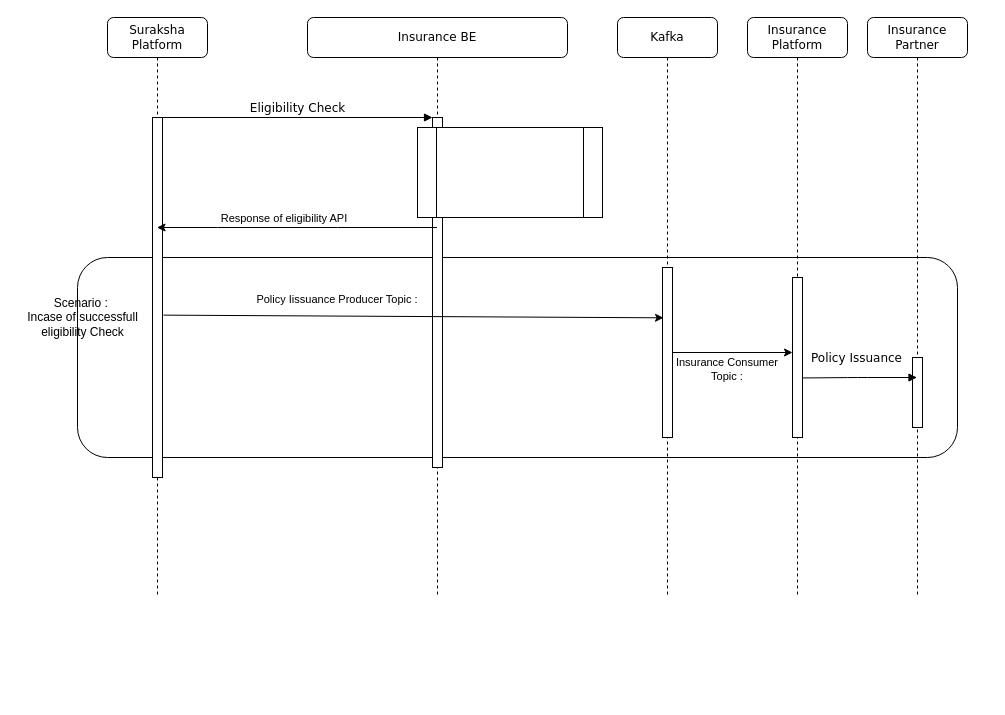
This is Interview/Untitled Diagram.drawio from ashwiniadlakha/draw_io, a draw.io file, before an edit. Source tidied: cells renumbered, new cells numbered last; positions are measured from the earlier drawing's top-left corner, leaving out a move shared by most shapes. Both pictures are drawn from the tidied source at 100%, with x=0, y=0 at pixel (17, 17).
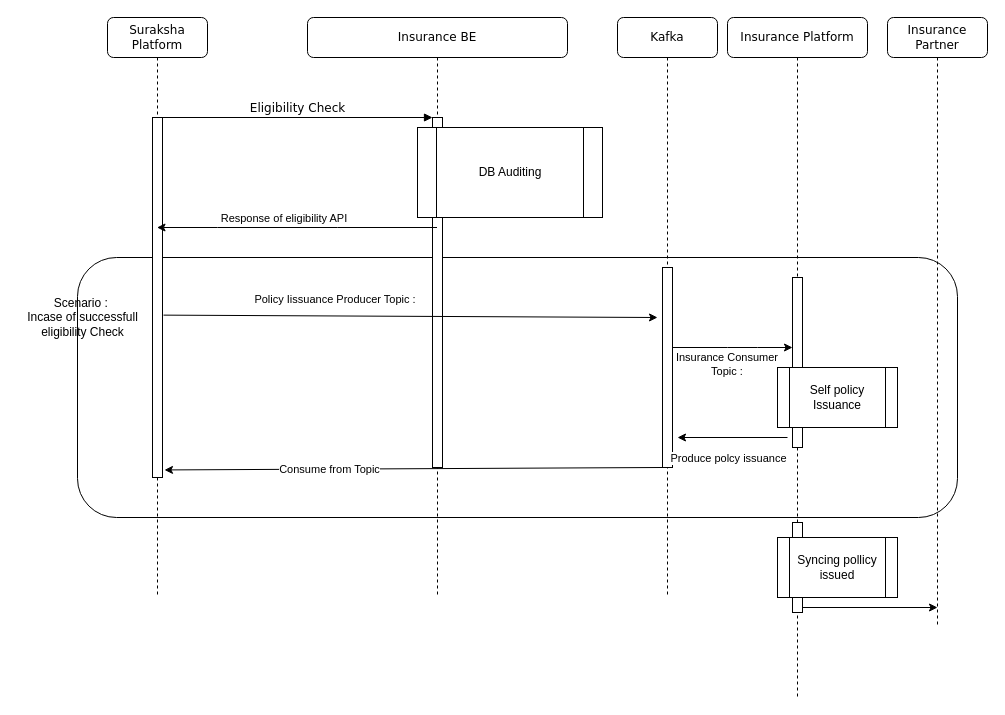
Above is the later version.

The change refers to these unchanged cells:
```xml
<mxCell id="3" value="Insurance BE" style="shape=umlLifeline;perimeter=lifelinePerimeter;whiteSpace=wrap;html=1;outlineConnect=0;rounded=1;shadow=0;comic=0;labelBackgroundColor=none;strokeWidth=1;fontFamily=Verdana;fontSize=12;align=center;" parent="1" vertex="1">
  <mxGeometry x="290" width="260" height="580" as="geometry" />
</mxCell>
<mxCell id="6" value="Kafka" style="shape=umlLifeline;perimeter=lifelinePerimeter;whiteSpace=wrap;html=1;rounded=1;shadow=0;comic=0;labelBackgroundColor=none;strokeWidth=1;fontFamily=Verdana;fontSize=12;align=center;" parent="1" vertex="1">
  <mxGeometry x="600" width="100" height="580" as="geometry" />
</mxCell>
<mxCell id="11" style="html=1;points=[];perimeter=orthogonalPerimeter;rounded=0;shadow=0;comic=0;labelBackgroundColor=none;strokeWidth=1;fontFamily=Verdana;fontSize=12;align=center;" parent="10" vertex="1">
  <mxGeometry x="45" y="100" width="10" height="360" as="geometry" />
</mxCell>
```

What changed in the source:
```diff
@@
     <mxCell id="2" style="rounded=1;whiteSpace=wrap;html=1;" parent="1" vertex="1">
-      <mxGeometry x="60" y="240" width="880" height="200" as="geometry" />
+      <mxGeometry x="60" y="240" width="880" height="260" as="geometry" />
     </mxCell>
@@
-    <mxCell id="5" style="shape=process;whiteSpace=wrap;html=1;backgroundOutline=1;" parent="3" vertex="1">
+    <mxCell id="5" value="DB Auditing" style="shape=process;whiteSpace=wrap;html=1;backgroundOutline=1;" parent="3" vertex="1">
       <mxGeometry x="110" y="110" width="185" height="90" as="geometry" />
     </mxCell>
@@
     <mxCell id="7" style="html=1;points=[];perimeter=orthogonalPerimeter;rounded=0;shadow=0;comic=0;labelBackgroundColor=none;strokeWidth=1;fontFamily=Verdana;fontSize=12;align=center;" parent="6" vertex="1">
-      <mxGeometry x="45" y="250" width="10" height="170" as="geometry" />
+      <mxGeometry x="45" y="250" width="10" height="200" as="geometry" />
     </mxCell>
     <mxCell id="8" value="Insurance Partner" style="shape=umlLifeline;perimeter=lifelinePerimeter;whiteSpace=wrap;html=1;outlineConnect=0;rounded=1;shadow=0;comic=0;labelBackgroundColor=none;strokeWidth=1;fontFamily=Verdana;fontSize=12;align=center;" parent="1" vertex="1">
-      <mxGeometry x="850" width="100" height="580" as="geometry" />
+      <mxGeometry x="870" width="100" height="610" as="geometry" />
     </mxCell>
-    <mxCell id="9" style="html=1;perimeter=orthogonalPerimeter;rounded=0;shadow=0;comic=0;labelBackgroundColor=none;strokeWidth=1;fontFamily=Verdana;fontSize=12;align=center;" parent="8" vertex="1">
-      <mxGeometry x="45" y="340" width="10" height="70" as="geometry" />
-    </mxCell>
@@
-    <mxCell id="12" value="Policy Issuance" style="html=1;verticalAlign=bottom;endArrow=block;labelBackgroundColor=none;fontFamily=Verdana;fontSize=12;exitX=0.9;exitY=0.628;exitDx=0;exitDy=0;exitPerimeter=0;" parent="1" edge="1" source="22" target="8">
-      <mxGeometry x="-0.04" y="10" relative="1" as="geometry">
-        <Array as="points">
-          <mxPoint x="840" y="360" />
-        </Array>
-      </mxGeometry>
-    </mxCell>
@@
-    <mxCell id="17" style="endArrow=classic;html=1;rounded=0;exitX=1.1;exitY=0.549;exitDx=0;exitDy=0;exitPerimeter=0;entryX=0.1;entryY=0.296;entryDx=0;entryDy=0;entryPerimeter=0;" parent="1" edge="1" source="11" target="7">
-      <mxGeometry relative="1" as="geometry" />
+    <mxCell id="17" style="endArrow=classic;html=1;rounded=0;exitX=1.1;exitY=0.549;exitDx=0;exitDy=0;exitPerimeter=0;" parent="1" edge="1" source="11">
+      <mxGeometry relative="1" as="geometry">
+        <mxPoint x="640" y="300" as="targetPoint" />
+      </mxGeometry>
     </mxCell>
@@
     <mxCell id="19" style="endArrow=classic;html=1;rounded=0;" parent="1" edge="1" source="7" target="22">
-      <mxGeometry relative="1" as="geometry" />
+      <mxGeometry relative="1" as="geometry">
+        <Array as="points">
+          <mxPoint x="710" y="330" />
+          <mxPoint x="740" y="330" />
+        </Array>
+      </mxGeometry>
     </mxCell>
@@
     <mxCell id="21" value="Insurance Platform" style="shape=umlLifeline;perimeter=lifelinePerimeter;whiteSpace=wrap;html=1;rounded=1;shadow=0;comic=0;labelBackgroundColor=none;strokeWidth=1;fontFamily=Verdana;fontSize=12;align=center;" parent="1" vertex="1">
-      <mxGeometry x="730" width="100" height="580" as="geometry" />
+      <mxGeometry x="710" width="140" height="680" as="geometry" />
     </mxCell>
     <mxCell id="22" style="html=1;points=[];perimeter=orthogonalPerimeter;rounded=0;shadow=0;comic=0;labelBackgroundColor=none;strokeWidth=1;fontFamily=Verdana;fontSize=12;align=center;" parent="21" vertex="1">
-      <mxGeometry x="45" y="260" width="10" height="160" as="geometry" />
+      <mxGeometry x="65" y="260" width="10" height="170" as="geometry" />
     </mxCell>
+    <mxCell id="23" style="html=1;points=[];perimeter=orthogonalPerimeter;rounded=0;shadow=0;comic=0;labelBackgroundColor=none;strokeWidth=1;fontFamily=Verdana;fontSize=12;align=center;" parent="21" vertex="1">
+      <mxGeometry x="65" y="505" width="10" height="90" as="geometry" />
+    </mxCell>
+    <mxCell id="24" value="Syncing pollicy issued" style="shape=process;whiteSpace=wrap;html=1;backgroundOutline=1;" parent="21" vertex="1">
+      <mxGeometry x="50" y="520" width="120" height="60" as="geometry" />
+    </mxCell>
+    <mxCell id="25" value="Self policy Issuance" style="shape=process;whiteSpace=wrap;html=1;backgroundOutline=1;" parent="1" vertex="1">
+      <mxGeometry x="760" y="350" width="120" height="60" as="geometry" />
+    </mxCell>
+    <mxCell id="26" style="endArrow=classic;html=1;rounded=0;" parent="1" edge="1">
+      <mxGeometry relative="1" as="geometry">
+        <mxPoint x="770" y="420" as="sourcePoint" />
+        <mxPoint x="660" y="420" as="targetPoint" />
+      </mxGeometry>
+    </mxCell>
+    <mxCell id="27" value="Produce polcy issuance" style="edgeLabel;html=1;align=center;verticalAlign=middle;" parent="26" vertex="1">
+      <mxGeometry x="0.29" relative="1" as="geometry">
+        <mxPoint x="11" y="20" as="offset" />
+      </mxGeometry>
+    </mxCell>
+    <mxCell id="28" style="endArrow=classic;html=1;rounded=0;entryX=1.2;entryY=0.979;entryDx=0;entryDy=0;entryPerimeter=0;" parent="1" edge="1" source="7" target="11">
+      <mxGeometry relative="1" as="geometry" />
+    </mxCell>
+    <mxCell id="29" value="Consume from Topic" style="edgeLabel;html=1;align=center;verticalAlign=middle;" parent="28" vertex="1">
+      <mxGeometry x="0.34" relative="1" as="geometry" />
+    </mxCell>
+    <mxCell id="30" style="endArrow=classic;html=1;rounded=0;" parent="1" edge="1" source="23">
+      <mxGeometry relative="1" as="geometry">
+        <mxPoint x="920" y="590" as="targetPoint" />
+      </mxGeometry>
+    </mxCell>
```
